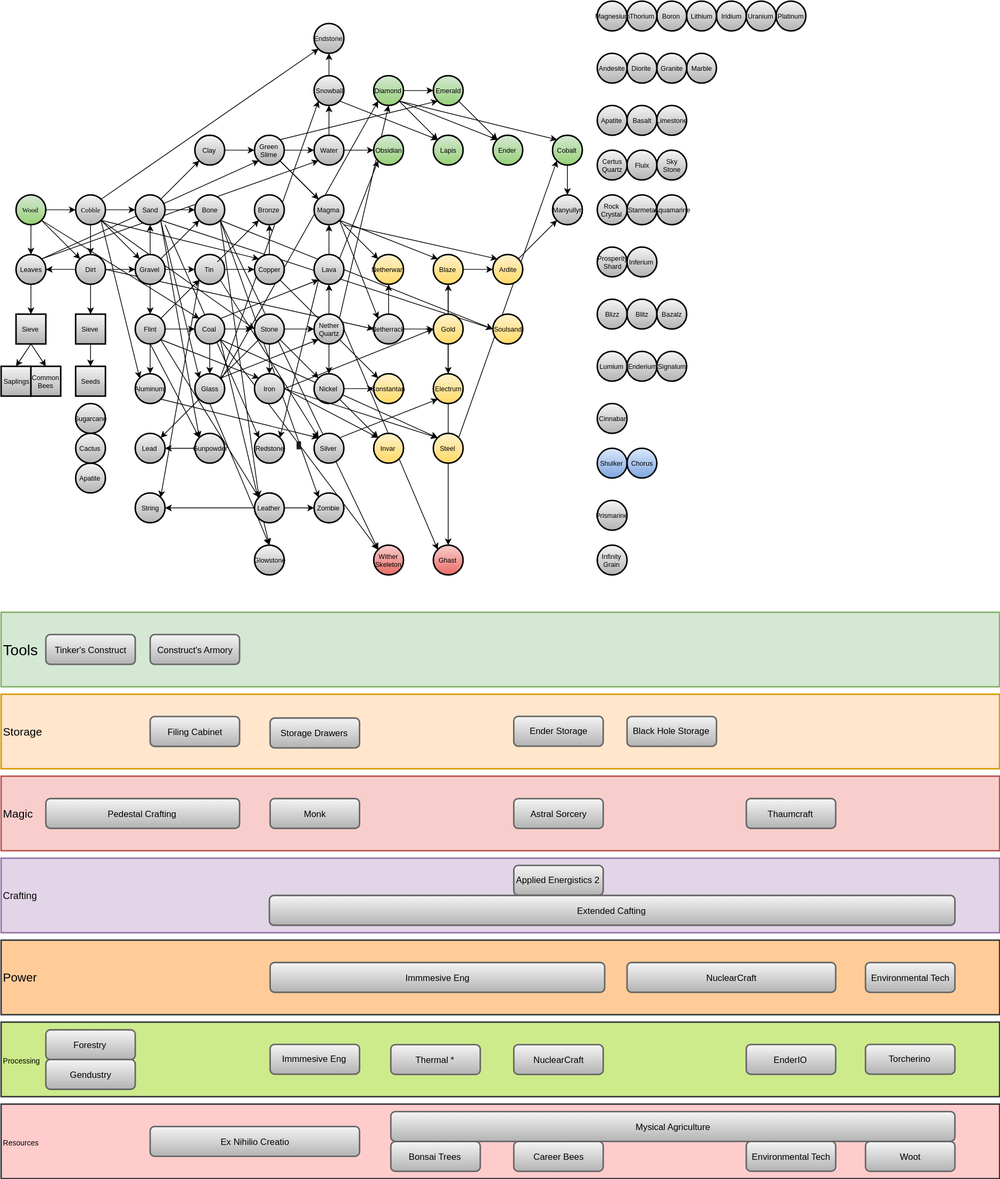
Before: BeeTree.svg, a diagram exported from draw.io (Drakma/vacant-sky-3). Source tidied: cells renumbered, new cells last; positions are measured from the earlier drawing's top-left corner, leaving out a move shared by most shapes.
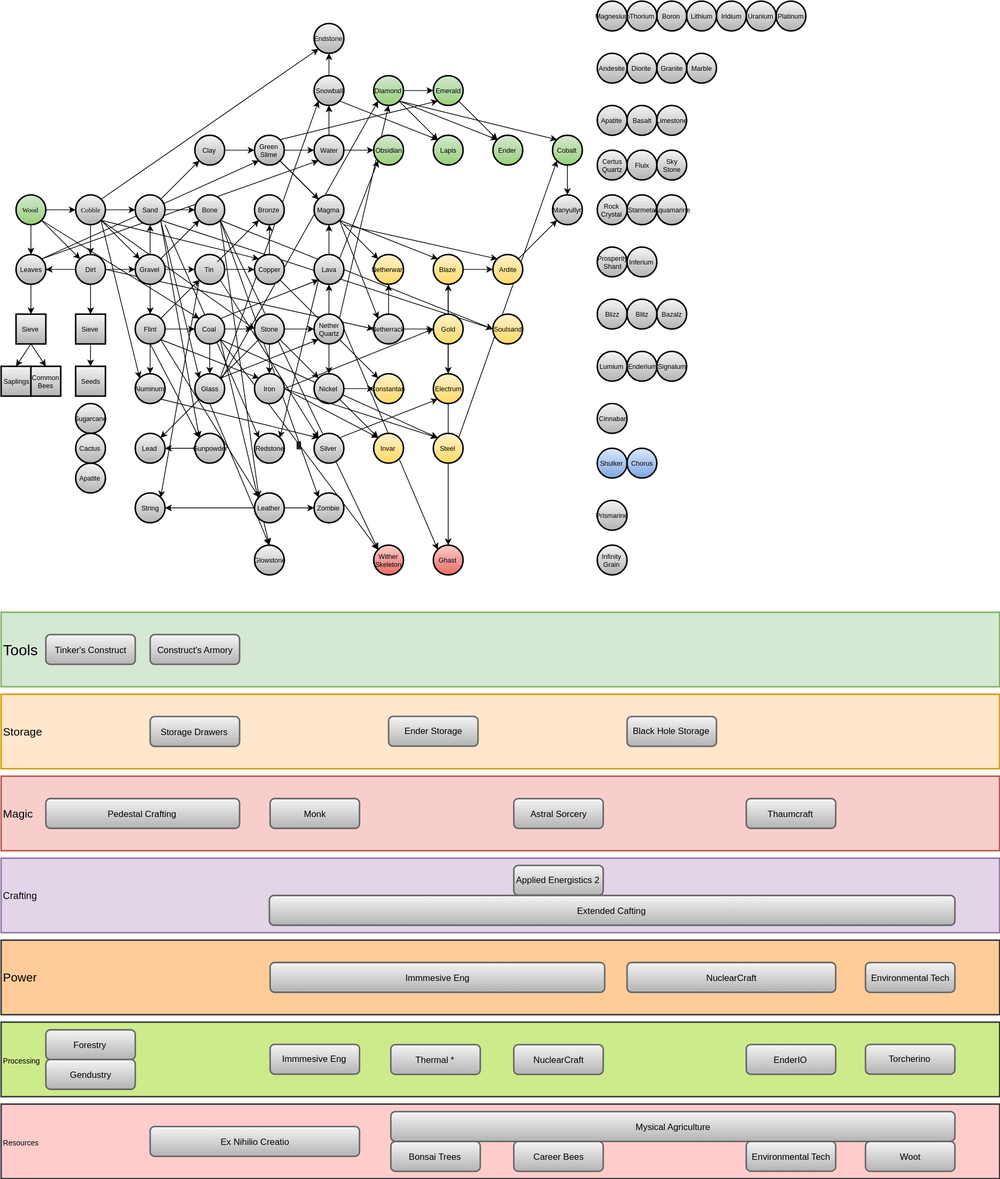
The same file after the commit.

Diff of the diagram source:
```diff
@@ -661,7 +661,7 @@
       <mxGeometry x="1000" y="1400" width="120" height="40" as="geometry" />
     </mxCell>
     <mxCell id="210" value="&lt;font color=&quot;#000000&quot;&gt;Ender Storage&lt;/font&gt;&lt;br&gt;" style="rounded=1;whiteSpace=wrap;html=1;labelBackgroundColor=none;labelBorderColor=none;fillColor=#f5f5f5;strokeColor=#666666;strokeWidth=2;gradientColor=#b3b3b3;" parent="1" vertex="1">
-      <mxGeometry x="688" y="959.8" width="120" height="40" as="geometry" />
+      <mxGeometry x="520" y="959.8" width="120" height="40" as="geometry" />
     </mxCell>
     <mxCell id="211" value="&lt;font color=&quot;#000000&quot;&gt;Ex Nihilio Creatio&lt;/font&gt;&lt;br&gt;" style="rounded=1;whiteSpace=wrap;html=1;labelBackgroundColor=none;labelBorderColor=none;fillColor=#f5f5f5;strokeColor=#666666;strokeWidth=2;gradientColor=#b3b3b3;" parent="1" vertex="1">
       <mxGeometry x="200" y="1510" width="281" height="40" as="geometry" />
@@ -691,7 +691,7 @@
       <mxGeometry x="60" y="1070" width="260" height="40" as="geometry" />
     </mxCell>
     <mxCell id="220" value="&lt;font color=&quot;#000000&quot;&gt;Storage Drawers&lt;/font&gt;&lt;br&gt;" style="rounded=1;whiteSpace=wrap;html=1;labelBackgroundColor=none;labelBorderColor=none;fillColor=#f5f5f5;strokeColor=#666666;strokeWidth=2;gradientColor=#b3b3b3;" parent="1" vertex="1">
-      <mxGeometry x="361" y="962" width="120" height="40" as="geometry" />
+      <mxGeometry x="200" y="960" width="120" height="40" as="geometry" />
     </mxCell>
     <mxCell id="221" value="&lt;font color=&quot;#000000&quot;&gt;Thermal *&lt;/font&gt;&lt;br&gt;" style="rounded=1;whiteSpace=wrap;html=1;labelBackgroundColor=none;labelBorderColor=none;fillColor=#f5f5f5;strokeColor=#666666;strokeWidth=2;gradientColor=#b3b3b3;" parent="1" vertex="1">
       <mxGeometry x="523" y="1400.2" width="120" height="40" as="geometry" />
@@ -699,9 +699,6 @@
     <mxCell id="222" value="&lt;font color=&quot;#000000&quot;&gt;NuclearCraft&lt;/font&gt;&lt;br&gt;" style="rounded=1;whiteSpace=wrap;html=1;labelBackgroundColor=none;labelBorderColor=none;fillColor=#f5f5f5;strokeColor=#666666;strokeWidth=2;gradientColor=#b3b3b3;" parent="1" vertex="1">
       <mxGeometry x="840" y="1290" width="280" height="40" as="geometry" />
     </mxCell>
-    <mxCell id="223" value="&lt;font color=&quot;#000000&quot;&gt;Filing Cabinet&lt;/font&gt;&lt;br&gt;" style="rounded=1;whiteSpace=wrap;html=1;labelBackgroundColor=none;labelBorderColor=none;fillColor=#f5f5f5;strokeColor=#666666;strokeWidth=2;gradientColor=#b3b3b3;" parent="1" vertex="1">
-      <mxGeometry x="200" y="960" width="120" height="40" as="geometry" />
-    </mxCell>
     <mxCell id="224" value="&lt;font color=&quot;#000000&quot;&gt;Thaumcraft&lt;/font&gt;" style="rounded=1;whiteSpace=wrap;html=1;labelBackgroundColor=none;labelBorderColor=none;fillColor=#f5f5f5;strokeColor=#666666;strokeWidth=2;gradientColor=#b3b3b3;" parent="1" vertex="1">
       <mxGeometry x="1000" y="1070" width="120" height="40" as="geometry" />
     </mxCell>
```
